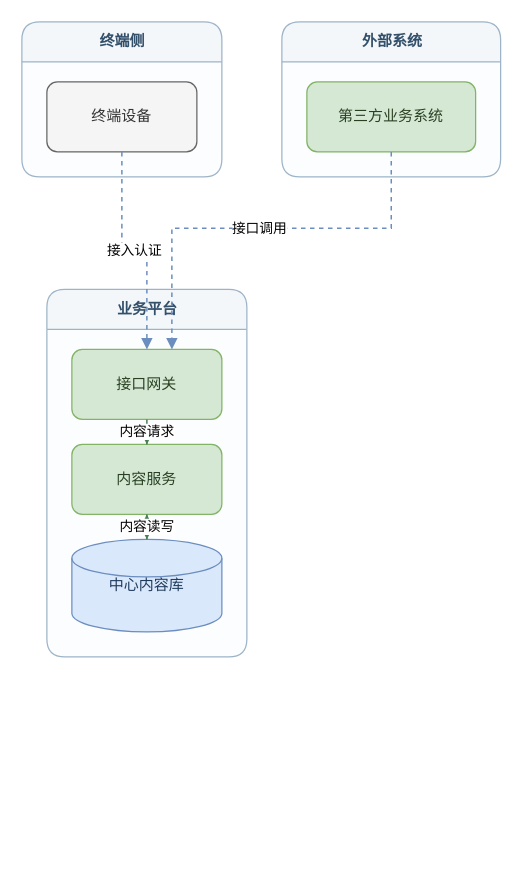
This is out/business.drawio from ttonghao-thao/Ai-Diagram, a draw.io file, before an edit. Source tidied: cells renumbered, new cells numbered last; positions are measured from the earlier drawing's top-left corner, leaving out a move shared by most shapes. Both pictures are drawn from the tidied source at 125%, with x=0, y=0 at pixel (21, 21).
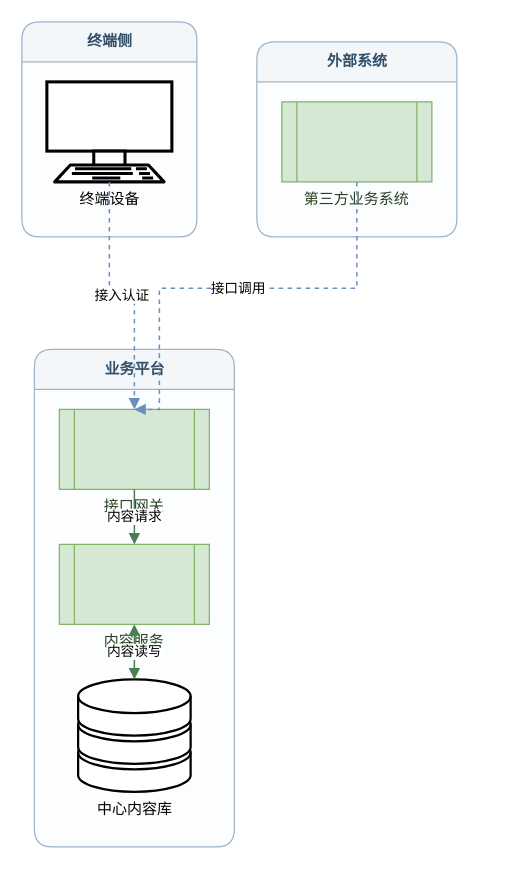
Above is the later version.

What changed in the source:
```diff
@@
 <mxGraphModel>
   <root>
     <mxCell id="0" />
     <mxCell id="1" parent="0" />
     <mxCell id="2" value="外部系统" style="swimlane;html=1;startSize=32;horizontal=1;rounded=1;fillColor=#F4F7FA;strokeColor=#9DB4C8;fontColor=#33506B;swimlaneFillColor=#FBFDFE;" parent="1" vertex="1">
-      <mxGeometry x="208" width="175" height="124" as="geometry" />
+      <mxGeometry x="188" y="16" width="160" height="156" as="geometry" />
     </mxCell>
     <mxCell id="3" value="业务平台" style="swimlane;html=1;startSize=32;horizontal=1;rounded=1;fillColor=#F4F7FA;strokeColor=#9DB4C8;fontColor=#33506B;swimlaneFillColor=#FBFDFE;" parent="1" vertex="1">
-      <mxGeometry x="20" y="214" width="160" height="294" as="geometry" />
+      <mxGeometry x="10" y="262" width="160" height="398" as="geometry" />
     </mxCell>
     <mxCell id="4" value="终端侧" style="swimlane;html=1;startSize=32;horizontal=1;rounded=1;fillColor=#F4F7FA;strokeColor=#9DB4C8;fontColor=#33506B;swimlaneFillColor=#FBFDFE;" parent="1" vertex="1">
-      <mxGeometry width="160" height="124" as="geometry" />
+      <mxGeometry width="140" height="172" as="geometry" />
     </mxCell>
-    <mxCell id="5" value="第三方业务系统" style="whiteSpace=wrap;html=1;align=center;verticalAlign=middle;rounded=1;fillColor=#D5E8D4;strokeColor=#82B366;fontColor=#2A4023;" parent="2" vertex="1">
-      <mxGeometry x="20" y="48" width="135" height="56" as="geometry" />
+    <mxCell id="5" value="第三方业务系统" style="shape=process;whiteSpace=wrap;fillColor=#D5E8D4;strokeColor=#82B366;fontColor=#2A4023;verticalLabelPosition=bottom;verticalAlign=top;align=center;html=1;aiKind=service;" parent="2" vertex="1">
+      <mxGeometry x="20" y="48" width="120" height="64" as="geometry" />
     </mxCell>
-    <mxCell id="6" value="接口网关" style="whiteSpace=wrap;html=1;align=center;verticalAlign=middle;rounded=1;fillColor=#D5E8D4;strokeColor=#82B366;fontColor=#2A4023;" parent="3" vertex="1">
-      <mxGeometry x="20" y="48" width="120" height="56" as="geometry" />
+    <mxCell id="6" value="接口网关" style="shape=process;whiteSpace=wrap;fillColor=#D5E8D4;strokeColor=#82B366;fontColor=#2A4023;verticalLabelPosition=bottom;verticalAlign=top;align=center;html=1;aiKind=service;" parent="3" vertex="1">
+      <mxGeometry x="20" y="48" width="120" height="64" as="geometry" />
     </mxCell>
-    <mxCell id="7" value="内容服务" style="whiteSpace=wrap;html=1;align=center;verticalAlign=middle;rounded=1;fillColor=#D5E8D4;strokeColor=#82B366;fontColor=#2A4023;" parent="3" vertex="1">
-      <mxGeometry x="20" y="124" width="120" height="56" as="geometry" />
+    <mxCell id="7" value="内容服务" style="shape=process;whiteSpace=wrap;fillColor=#D5E8D4;strokeColor=#82B366;fontColor=#2A4023;verticalLabelPosition=bottom;verticalAlign=top;align=center;html=1;aiKind=service;" parent="3" vertex="1">
+      <mxGeometry x="20" y="156" width="120" height="64" as="geometry" />
     </mxCell>
-    <mxCell id="8" value="中心内容库" style="shape=cylinder3;whiteSpace=wrap;html=1;boundedLabels=1;backgroundOutline=1;size=15;align=center;verticalAlign=middle;fillColor=#DAE8FC;strokeColor=#6C8EBF;fontColor=#1F3B5C;" parent="3" vertex="1">
-      <mxGeometry x="20" y="200" width="120" height="74" as="geometry" />
+    <mxCell id="8" value="中心内容库" style="shape=mxgraph.networks.storage;verticalLabelPosition=bottom;verticalAlign=top;align=center;html=1;aiKind=database;" parent="3" vertex="1">
+      <mxGeometry x="35" y="264" width="90" height="90" as="geometry" />
     </mxCell>
-    <mxCell id="9" value="终端设备" style="whiteSpace=wrap;html=1;align=center;verticalAlign=middle;rounded=1;fillColor=#F5F5F5;strokeColor=#666666;fontColor=#333333;" parent="4" vertex="1">
-      <mxGeometry x="20" y="48" width="120" height="56" as="geometry" />
+    <mxCell id="9" value="终端设备" style="shape=mxgraph.networks.terminal;verticalLabelPosition=bottom;verticalAlign=top;align=center;html=1;aiKind=client;" parent="4" vertex="1">
+      <mxGeometry x="20" y="48" width="100" height="80" as="geometry" />
     </mxCell>
-    <mxCell id="10" value="接口调用" style="edgeStyle=orthogonalEdgeStyle;rounded=0;jettySize=auto;html=1;dashed=1;strokeColor=#6C8EBF;strokeWidth=1.2;endArrow=block;endFill=1;" parent="1" edge="1" source="5" target="6">
+    <mxCell id="10" value="接口调用" style="edgeStyle=orthogonalEdgeStyle;rounded=0;jettySize=auto;html=1;dashed=1;strokeColor=#6C8EBF;strokeWidth=1.2;endArrow=block;endFill=1;exitX=0.5;exitY=1;exitDx=0;exitDy=0;entryX=0.5;entryY=0;entryDx=0;entryDy=0;" parent="1" edge="1" source="5" target="6">
       <mxGeometry relative="1" as="geometry">
         <Array as="points">
-          <mxPoint x="295.5" y="165" />
-          <mxPoint x="120" y="165" />
+          <mxPoint x="268" y="213" />
+          <mxPoint x="110" y="213" />
         </Array>
       </mxGeometry>
     </mxCell>
-    <mxCell id="11" value="内容请求" style="edgeStyle=orthogonalEdgeStyle;rounded=0;jettySize=auto;html=1;strokeColor=#4A7E53;strokeWidth=1.2;endArrow=block;endFill=1;" parent="1" edge="1" source="6" target="7">
+    <mxCell id="11" value="内容请求" style="edgeStyle=orthogonalEdgeStyle;rounded=0;jettySize=auto;html=1;strokeColor=#4A7E53;strokeWidth=1.2;endArrow=block;endFill=1;exitX=0.5;exitY=1;exitDx=0;exitDy=0;entryX=0.5;entryY=0;entryDx=0;entryDy=0;" parent="1" edge="1" source="6" target="7">
       <mxGeometry relative="1" as="geometry" />
     </mxCell>
-    <mxCell id="12" value="内容读写" style="edgeStyle=orthogonalEdgeStyle;rounded=0;jettySize=auto;html=1;strokeColor=#4A7E53;strokeWidth=1.2;startArrow=block;startFill=1;endArrow=block;endFill=1;" parent="1" edge="1" source="7" target="8">
+    <mxCell id="12" value="内容读写" style="edgeStyle=orthogonalEdgeStyle;rounded=0;jettySize=auto;html=1;strokeColor=#4A7E53;strokeWidth=1.2;startArrow=block;startFill=1;endArrow=block;endFill=1;exitX=0.5;exitY=1;exitDx=0;exitDy=0;entryX=0.5;entryY=0;entryDx=0;entryDy=0;" parent="1" edge="1" source="7" target="8">
       <mxGeometry relative="1" as="geometry" />
     </mxCell>
-    <mxCell id="13" value="接入认证" style="edgeStyle=orthogonalEdgeStyle;rounded=0;jettySize=auto;html=1;dashed=1;strokeColor=#6C8EBF;strokeWidth=1.2;endArrow=block;endFill=1;" parent="1" edge="1" source="9" target="6">
+    <mxCell id="13" value="接入认证" style="edgeStyle=orthogonalEdgeStyle;rounded=0;jettySize=auto;html=1;dashed=1;strokeColor=#6C8EBF;strokeWidth=1.2;endArrow=block;endFill=1;exitX=0.5;exitY=1;exitDx=0;exitDy=0;entryX=0.5;entryY=0;entryDx=0;entryDy=0;" parent="1" edge="1" source="9" target="6">
       <mxGeometry relative="1" as="geometry" />
     </mxCell>
   </root>
 </mxGraphModel>
```
